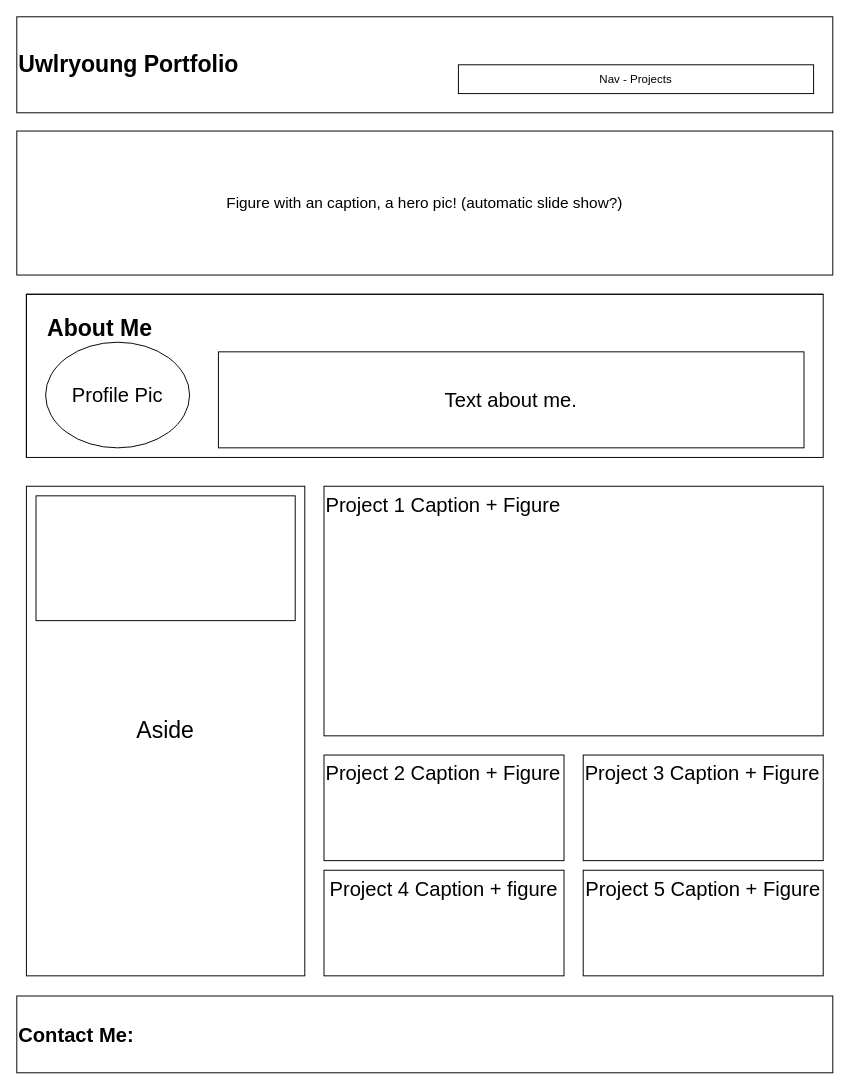
This is Assets/layout.drawio from uwlryoung/Uwlryoung-Porfolio-Mistake, a draw.io file, before an edit. Source tidied: cells renumbered, new cells numbered last; positions are measured from the earlier drawing's top-left corner, leaving out a move shared by most shapes. Both pictures are drawn from the tidied source at 96%, with x=0, y=0 at pixel (16, 16).
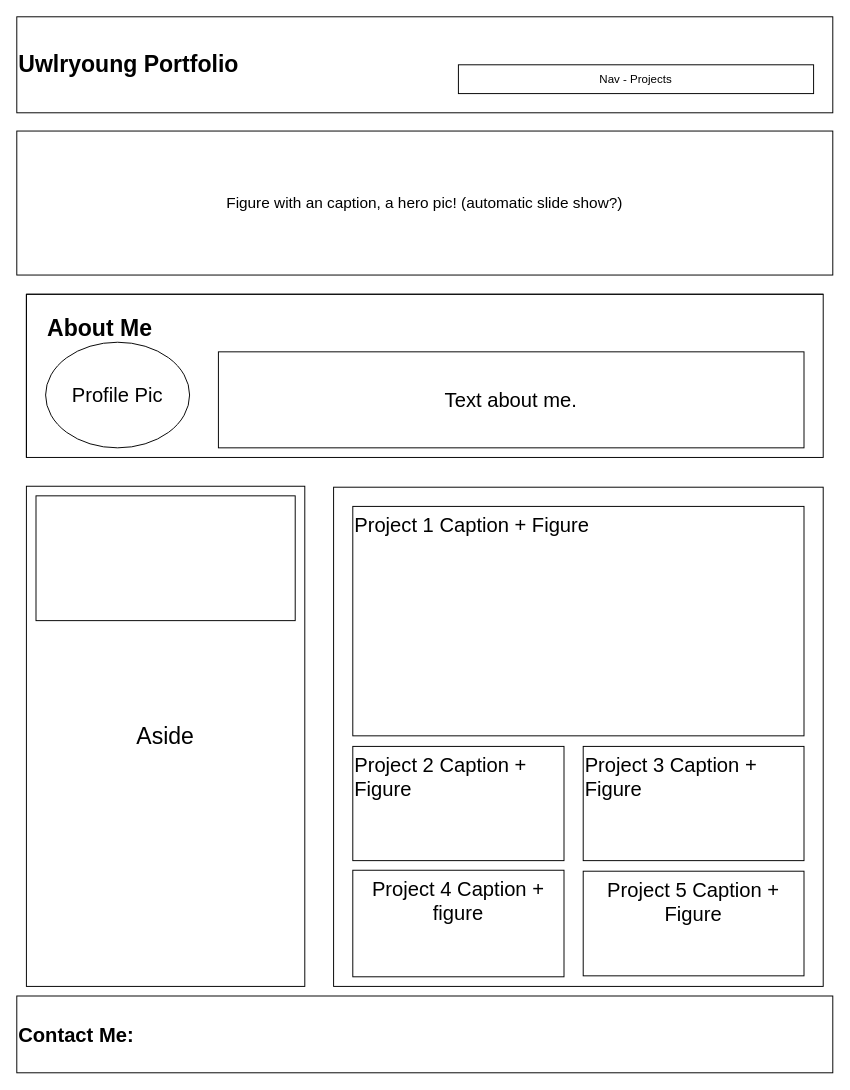
After the change.

Diff of the diagram source:
```diff
@@
 <mxGraphModel>
   <root>
     <mxCell id="0" />
     <mxCell id="1" parent="0" />
+    <mxCell id="16" style="rounded=0;whiteSpace=wrap;html=1;" parent="1" vertex="1">
+      <mxGeometry x="330" y="490" width="510" height="520" as="geometry" />
+    </mxCell>
     <mxCell id="2" value="&lt;h1&gt;Uwlryoung Portfolio&lt;/h1&gt;" style="rounded=0;whiteSpace=wrap;html=1;align=left;" parent="1" vertex="1">
       <mxGeometry width="850" height="100" as="geometry" />
     </mxCell>
     <mxCell id="3" value="Nav - Projects" style="rounded=0;whiteSpace=wrap;html=1;" parent="1" vertex="1">
       <mxGeometry x="460" y="50" width="370" height="30" as="geometry" />
     </mxCell>
     <mxCell id="4" value="&lt;h2&gt;&lt;font style=&quot;font-size: 21px;&quot;&gt;Contact Me:&amp;nbsp;&lt;/font&gt;&lt;/h2&gt;" style="rounded=0;whiteSpace=wrap;html=1;align=left;" parent="1" vertex="1">
       <mxGeometry y="1020" width="850" height="80" as="geometry" />
     </mxCell>
     <mxCell id="5" value="&lt;font style=&quot;font-size: 16px;&quot;&gt;Figure with an caption, a hero pic! (automatic slide show?)&lt;/font&gt;" style="rounded=0;whiteSpace=wrap;html=1;" parent="1" vertex="1">
       <mxGeometry y="119" width="850" height="150" as="geometry" />
     </mxCell>
     <mxCell id="6" value="&lt;h2&gt;&lt;font style=&quot;font-size: 24px;&quot;&gt;&amp;nbsp; &amp;nbsp;About Me&lt;/font&gt;&lt;/h2&gt;" style="shape=internalStorage;whiteSpace=wrap;html=1;backgroundOutline=1;dx=0;dy=0;align=left;verticalAlign=top;" parent="1" vertex="1">
       <mxGeometry x="10" y="289" width="830" height="170" as="geometry" />
     </mxCell>
     <mxCell id="7" value="Aside" style="rounded=0;whiteSpace=wrap;html=1;fontSize=24;" parent="1" vertex="1">
-      <mxGeometry x="10" y="489" width="290" height="510" as="geometry" />
+      <mxGeometry x="10" y="489" width="290" height="521" as="geometry" />
     </mxCell>
     <mxCell id="8" value="Project 1 Caption + Figure" style="rounded=0;whiteSpace=wrap;html=1;fontSize=21;verticalAlign=top;align=left;" parent="1" vertex="1">
-      <mxGeometry x="320" y="489" width="520" height="260" as="geometry" />
+      <mxGeometry x="350" y="510" width="470" height="239" as="geometry" />
     </mxCell>
     <mxCell id="9" value="Project 3 Caption + Figure" style="rounded=0;whiteSpace=wrap;html=1;fontSize=21;align=left;verticalAlign=top;" parent="1" vertex="1">
-      <mxGeometry x="590" y="769" width="250" height="110" as="geometry" />
+      <mxGeometry x="590" y="760" width="230" height="119" as="geometry" />
     </mxCell>
     <mxCell id="10" value="Project 2 Caption + Figure" style="rounded=0;whiteSpace=wrap;html=1;fontSize=21;align=left;verticalAlign=top;" parent="1" vertex="1">
-      <mxGeometry x="320" y="769" width="250" height="110" as="geometry" />
+      <mxGeometry x="350" y="760" width="220" height="119" as="geometry" />
     </mxCell>
     <mxCell id="11" value="Project 4 Caption + figure" style="rounded=0;whiteSpace=wrap;html=1;fontSize=21;verticalAlign=top;" parent="1" vertex="1">
-      <mxGeometry x="320" y="889" width="250" height="110" as="geometry" />
+      <mxGeometry x="350" y="889" width="220" height="111" as="geometry" />
     </mxCell>
     <mxCell id="12" value="Project 5 Caption + Figure" style="rounded=0;whiteSpace=wrap;html=1;fontSize=21;verticalAlign=top;" parent="1" vertex="1">
-      <mxGeometry x="590" y="889" width="250" height="110" as="geometry" />
+      <mxGeometry x="590" y="890" width="230" height="109" as="geometry" />
     </mxCell>
     <mxCell id="13" value="Profile Pic" style="ellipse;whiteSpace=wrap;html=1;fontSize=21;" parent="1" vertex="1">
       <mxGeometry x="30" y="339" width="150" height="110" as="geometry" />
     </mxCell>
     <mxCell id="14" style="rounded=0;whiteSpace=wrap;html=1;fontSize=21;" parent="1" vertex="1">
       <mxGeometry x="20" y="499" width="270" height="130" as="geometry" />
     </mxCell>
     <mxCell id="15" value="Text about me." style="rounded=0;whiteSpace=wrap;html=1;fontSize=21;" parent="1" vertex="1">
       <mxGeometry x="210" y="349" width="610" height="100" as="geometry" />
     </mxCell>
   </root>
 </mxGraphModel>
```
